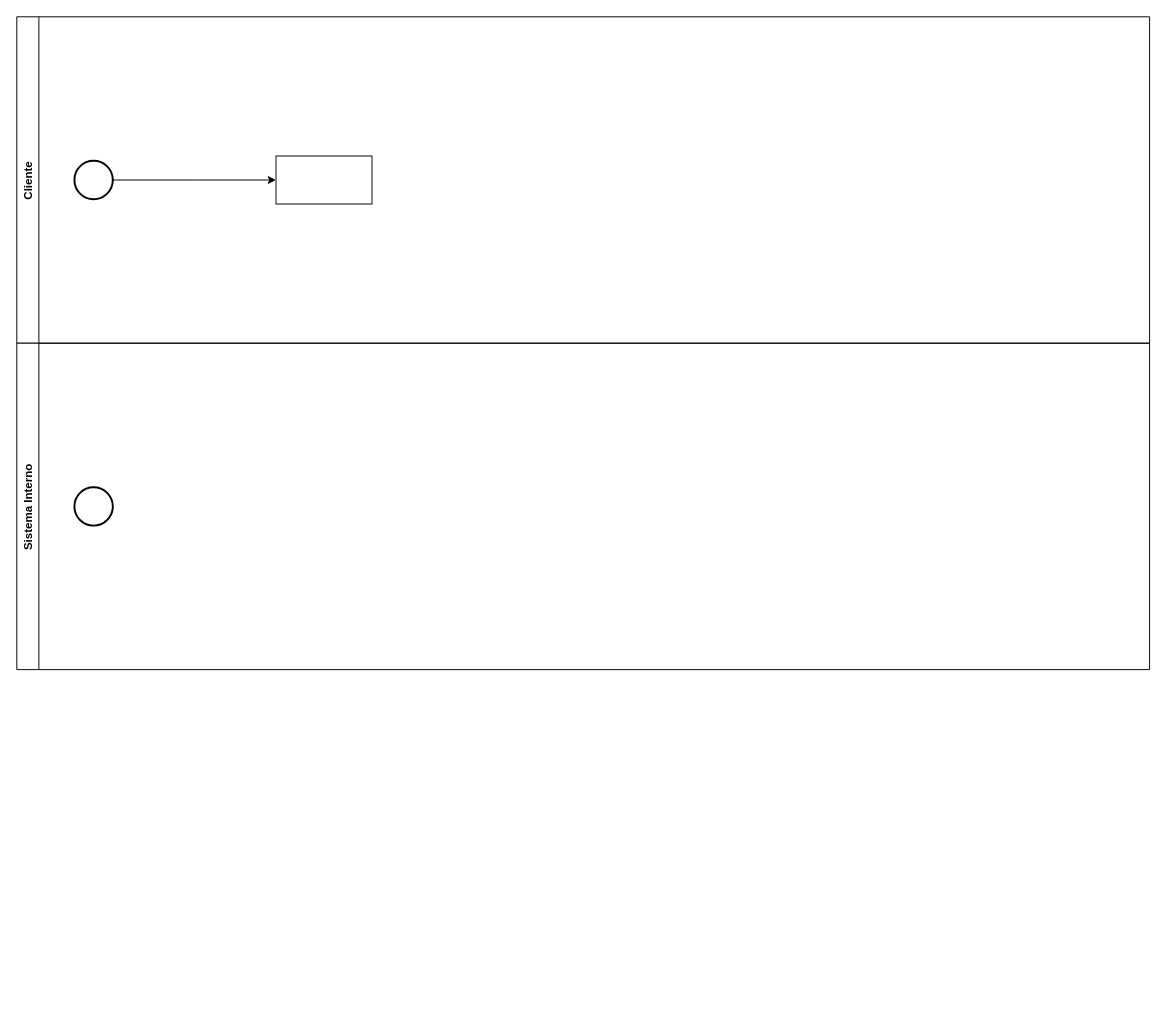
Earlier version of the draw.io diagram page "BPM - Realizar Pedido" (5 of 5) of ing/casos de uso.drawio (NicoJimenez123/tareas). Source tidied: cells renumbered, new cells numbered last; positions are measured from the earlier drawing's top-left corner, leaving out a move shared by most shapes. Both pictures are drawn from the tidied source at 96%, with x=0, y=0 at pixel (16, 16).
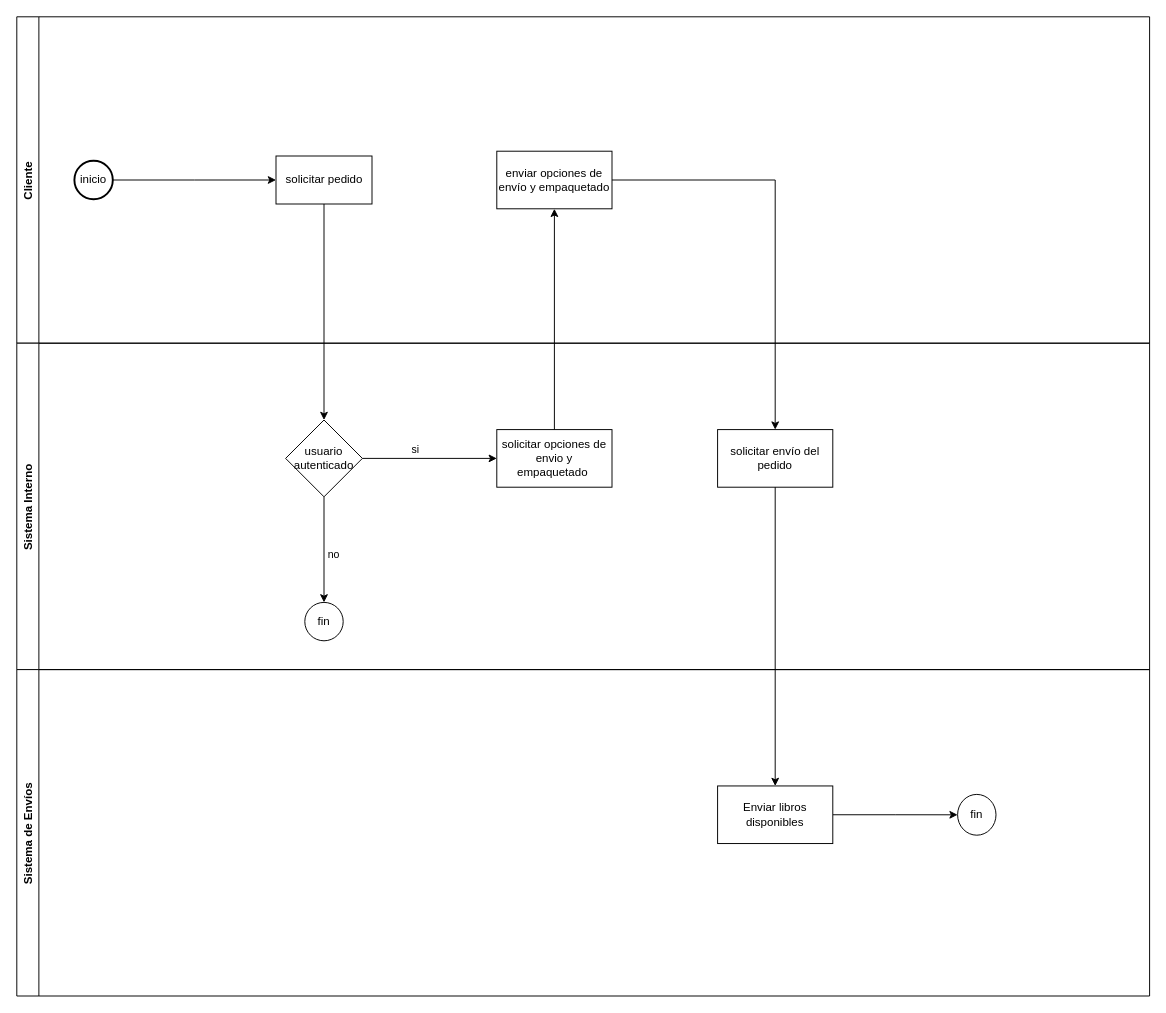
Above is the later version.

The change refers to these unchanged cells:
```xml
<mxCell id="2" value="Cliente" style="swimlane;horizontal=0;" parent="1" vertex="1">
  <mxGeometry width="1180" height="340" as="geometry" />
</mxCell>
<mxCell id="5" value="Sistema Interno" style="swimlane;horizontal=0;" parent="2" vertex="1">
  <mxGeometry y="340" width="1180" height="340" as="geometry" />
</mxCell>
```

What changed in the source:
```diff
@@
-    <mxCell id="3" style="strokeWidth=2;html=1;shape=mxgraph.flowchart.start_2;whiteSpace=wrap;" parent="2" vertex="1">
+    <mxCell id="3" value="inicio" style="strokeWidth=2;html=1;shape=mxgraph.flowchart.start_2;whiteSpace=wrap;" parent="2" vertex="1">
       <mxGeometry x="60" y="150" width="40" height="40" as="geometry" />
     </mxCell>
-    <mxCell id="4" style="html=1;dashed=0;whitespace=wrap;" parent="2" vertex="1">
+    <mxCell id="4" value="solicitar pedido" style="html=1;dashed=0;whitespace=wrap;" parent="2" vertex="1">
       <mxGeometry x="270" y="145" width="100" height="50" as="geometry" />
     </mxCell>
@@
-    <mxCell id="6" style="strokeWidth=2;html=1;shape=mxgraph.flowchart.start_2;whiteSpace=wrap;" parent="5" vertex="1">
-      <mxGeometry x="60" y="150" width="40" height="40" as="geometry" />
-    </mxCell>
+    <mxCell id="8" value="usuario&lt;br&gt;autenticado" style="rhombus;whiteSpace=wrap;html=1;" parent="5" vertex="1">
+      <mxGeometry x="280" y="80" width="80" height="80" as="geometry" />
+    </mxCell>
+    <mxCell id="9" value="fin" style="ellipse;whiteSpace=wrap;html=1;" parent="5" vertex="1">
+      <mxGeometry x="300" y="270" width="40" height="40" as="geometry" />
+    </mxCell>
+    <mxCell id="10" value="solicitar opciones de envio y empaquetado&amp;nbsp;" style="whiteSpace=wrap;html=1;" parent="5" vertex="1">
+      <mxGeometry x="500" y="90" width="120" height="60" as="geometry" />
+    </mxCell>
+    <mxCell id="11" style="edgeStyle=orthogonalEdgeStyle;rounded=0;jettySize=auto;html=1;entryX=0;entryY=0.5;entryDx=0;entryDy=0;" parent="5" edge="1" source="8" target="10">
+      <mxGeometry relative="1" as="geometry" />
+    </mxCell>
+    <mxCell id="12" value="si" style="edgeLabel;html=1;align=center;verticalAlign=middle;" parent="11" vertex="1">
+      <mxGeometry x="-0.32" y="-2" relative="1" as="geometry">
+        <mxPoint x="6" y="-12" as="offset" />
+      </mxGeometry>
+    </mxCell>
+    <mxCell id="13" value="solicitar envío del pedido" style="whiteSpace=wrap;html=1;" parent="5" vertex="1">
+      <mxGeometry x="730" y="90" width="120" height="60" as="geometry" />
+    </mxCell>
+    <mxCell id="14" value="no" style="edgeStyle=orthogonalEdgeStyle;rounded=0;jettySize=auto;html=1;entryX=0.5;entryY=0;entryDx=0;entryDy=0;" parent="5" edge="1" source="8" target="9">
+      <mxGeometry x="0.09" y="10" relative="1" as="geometry" />
+    </mxCell>
+    <mxCell id="15" style="edgeStyle=orthogonalEdgeStyle;rounded=0;jettySize=auto;html=1;entryX=0.5;entryY=0;entryDx=0;entryDy=0;" parent="2" edge="1" source="4" target="8">
+      <mxGeometry relative="1" as="geometry" />
+    </mxCell>
+    <mxCell id="16" value="enviar opciones de envío y empaquetado" style="whiteSpace=wrap;html=1;" parent="2" vertex="1">
+      <mxGeometry x="500" y="140" width="120" height="60" as="geometry" />
+    </mxCell>
+    <mxCell id="17" style="edgeStyle=orthogonalEdgeStyle;rounded=0;jettySize=auto;html=1;entryX=0.5;entryY=1;entryDx=0;entryDy=0;" parent="2" edge="1" source="10" target="16">
+      <mxGeometry relative="1" as="geometry" />
+    </mxCell>
+    <mxCell id="18" style="edgeStyle=orthogonalEdgeStyle;rounded=0;jettySize=auto;html=1;entryX=0.5;entryY=0;entryDx=0;entryDy=0;" parent="2" edge="1" source="16" target="13">
+      <mxGeometry relative="1" as="geometry" />
+    </mxCell>
@@
+    <mxCell id="19" value="Sistema de Envíos" style="swimlane;horizontal=0;" parent="1" vertex="1">
+      <mxGeometry y="680" width="1180" height="340" as="geometry" />
+    </mxCell>
+    <mxCell id="20" style="edgeStyle=orthogonalEdgeStyle;rounded=0;jettySize=auto;html=1;entryX=0;entryY=0.5;entryDx=0;entryDy=0;" parent="19" edge="1" source="21" target="22">
+      <mxGeometry relative="1" as="geometry" />
+    </mxCell>
+    <mxCell id="21" value="Enviar libros disponibles" style="whiteSpace=wrap;html=1;" parent="19" vertex="1">
+      <mxGeometry x="730" y="121.2" width="120" height="60" as="geometry" />
+    </mxCell>
+    <mxCell id="22" value="fin" style="ellipse;whiteSpace=wrap;html=1;" parent="19" vertex="1">
+      <mxGeometry x="980" y="130" width="40" height="42.5" as="geometry" />
+    </mxCell>
+    <mxCell id="23" style="edgeStyle=orthogonalEdgeStyle;rounded=0;jettySize=auto;html=1;entryX=0.5;entryY=0;entryDx=0;entryDy=0;" parent="1" edge="1" source="13" target="21">
+      <mxGeometry relative="1" as="geometry" />
+    </mxCell>
```
